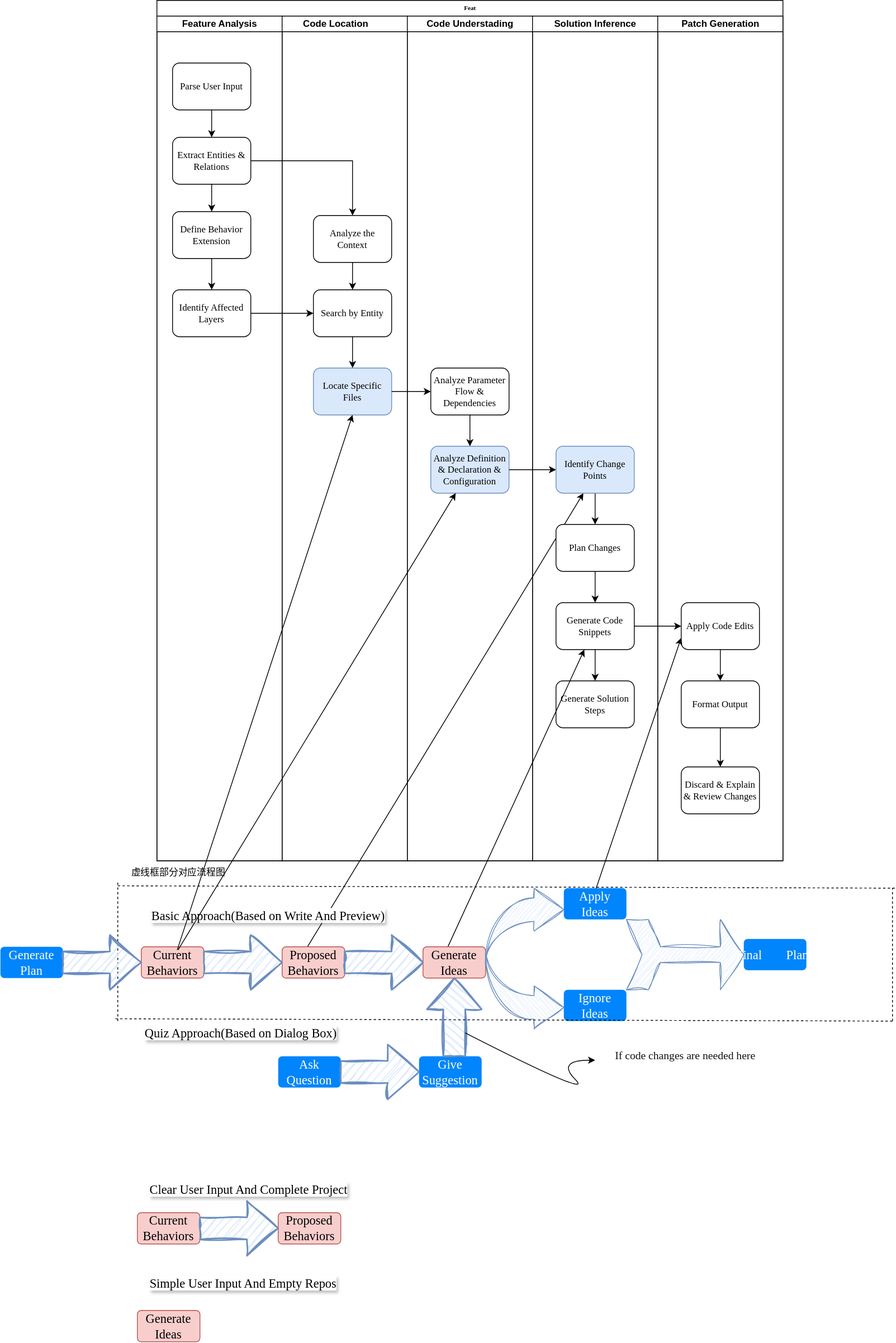
This is feat.svg from BullFrogDianDian/SoftEngineer, a draw.io export, as it was before one commit. Source tidied: cells renumbered, new cells last; positions are measured from the earlier drawing's top-left corner, leaving out a move shared by most shapes.
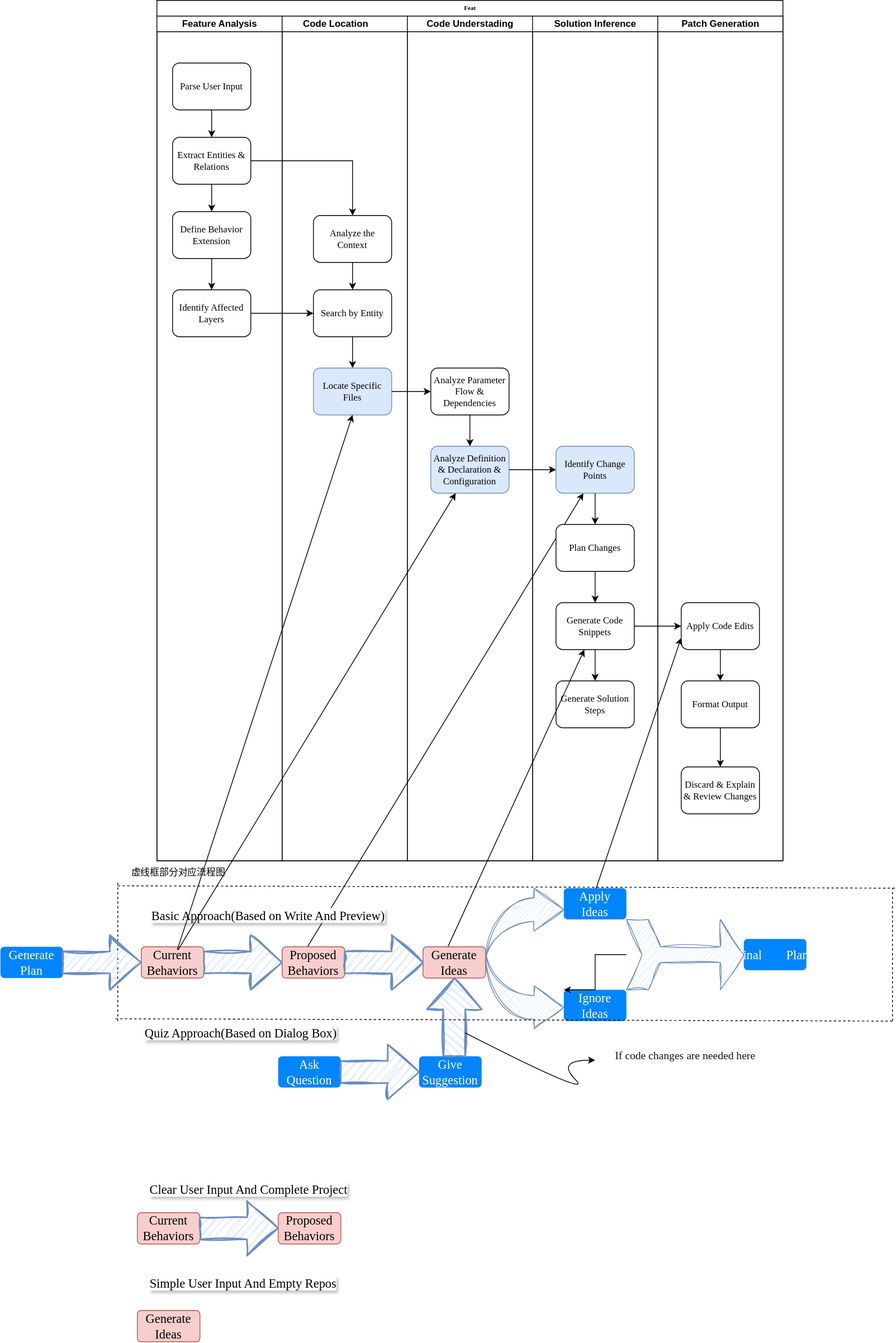
The same file after the commit.

What changed in the source:
```diff
@@ -164,6 +164,9 @@
     <mxCell id="51" value="&lt;font face=&quot;Comic Sans MS&quot;&gt;Ignore Ideas&lt;/font&gt;" style="html=1;shadow=0;dashed=0;shape=mxgraph.bootstrap.rrect;rSize=5;strokeColor=none;strokeWidth=1;fillColor=#0085FC;fontColor=#FFFFFF;whiteSpace=wrap;align=center;verticalAlign=middle;spacingLeft=0;fontStyle=0;fontSize=16;spacing=5;" parent="1" vertex="1">
       <mxGeometry x="720" y="1265" width="80" height="40" as="geometry" />
     </mxCell>
+    <mxCell id="77" style="edgeStyle=orthogonalEdgeStyle;rounded=0;jettySize=auto;html=1;" parent="1" edge="1" source="52" target="50">
+      <mxGeometry relative="1" as="geometry" />
+    </mxCell>
     <mxCell id="52" style="html=1;shadow=0;dashed=0;align=center;verticalAlign=middle;shape=mxgraph.arrows2.tailedNotchedArrow;dy1=10;dx1=30;notch=20;arrowHead=35;dx2=28;dy2=45;sketch=1;curveFitting=1;jiggle=2;fillColor=#dae8fc;strokeColor=#6c8ebf;" parent="1" vertex="1">
       <mxGeometry x="800" y="1175" width="150" height="90" as="geometry" />
     </mxCell>
```
